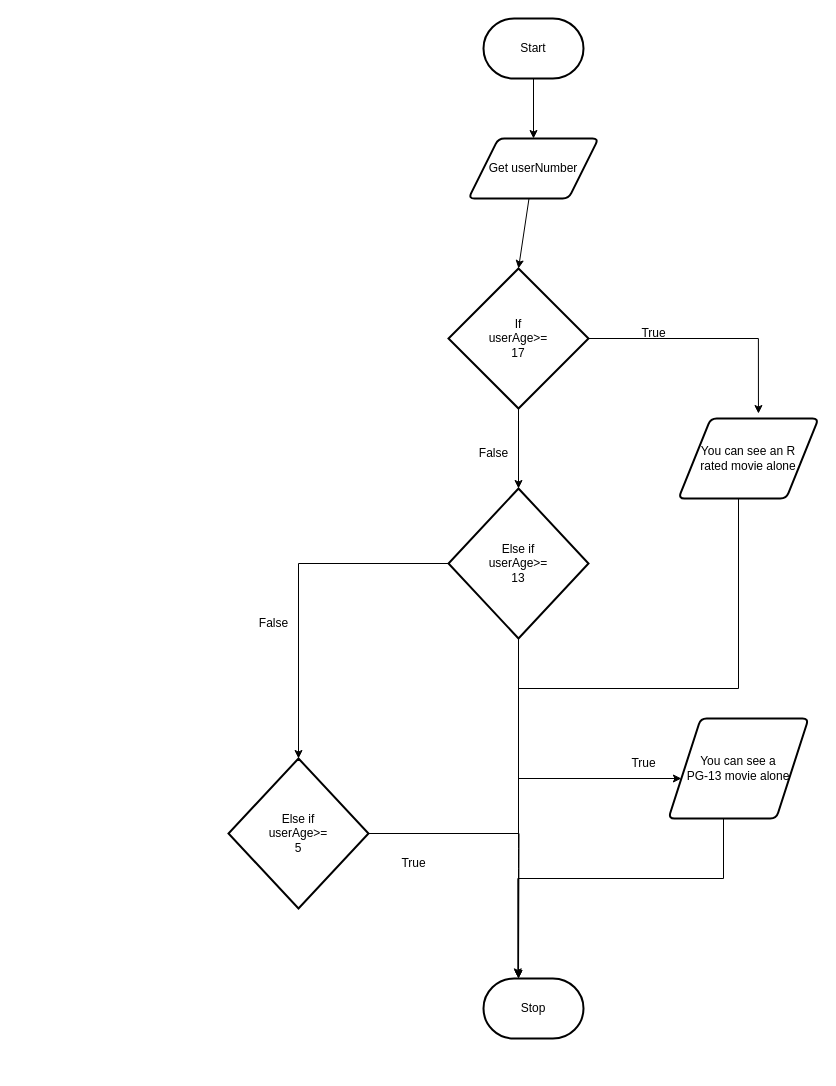
Earlier version of the draw.io diagram design/flowchart.drawio (MTHS-ICD2O-1-2023/ICD2O-Unit-5-03-fetuha-gebremekeal). Source tidied: cells renumbered, new cells numbered last; positions are measured from the earlier drawing's top-left corner, leaving out a move shared by most shapes. Both pictures are drawn from the tidied source at 100%, with x=0, y=0 at pixel (228, 18).
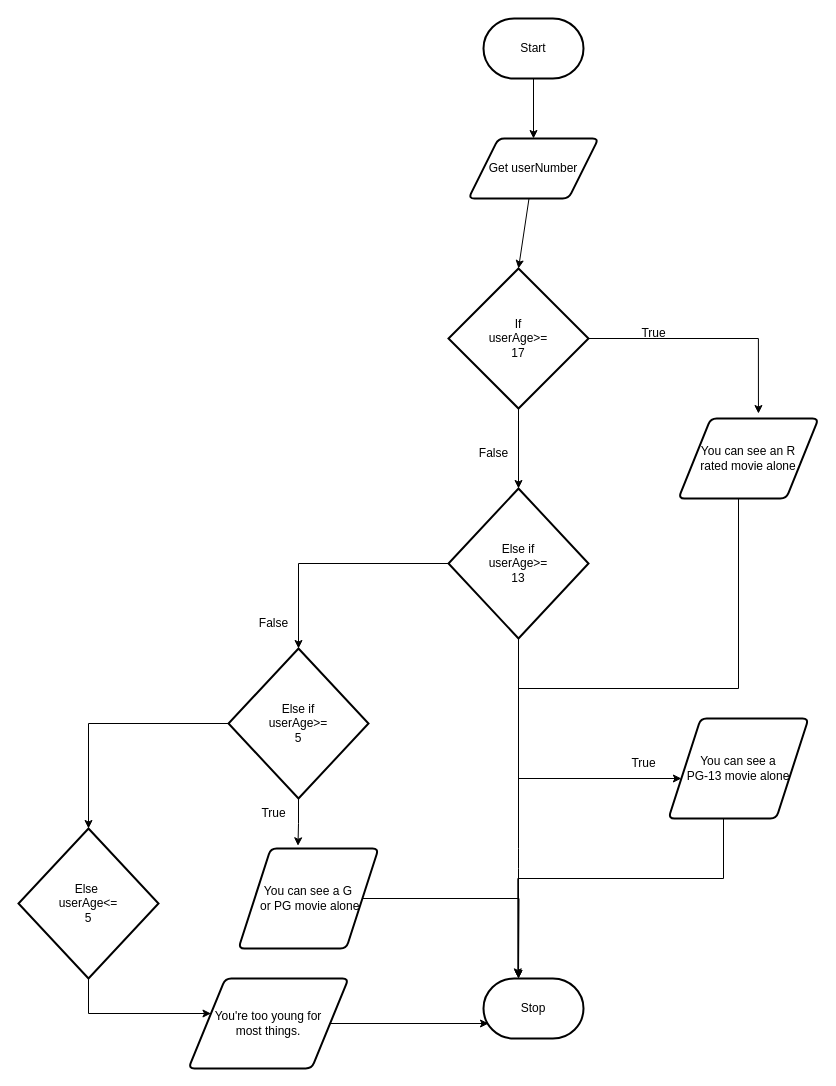
After the change.

Unchanged cells that the change refers to:
```xml
<mxCell id="4" value="Stop" style="strokeWidth=2;html=1;shape=mxgraph.flowchart.terminator;whiteSpace=wrap;" parent="1" vertex="1">
  <mxGeometry x="255" y="960" width="100" height="60" as="geometry" />
</mxCell>
```

Diff of the diagram source:
```diff
@@
-    <mxCell id="22" style="edgeStyle=orthogonalEdgeStyle;rounded=0;html=1;" parent="1" edge="1" source="23">
-      <mxGeometry relative="1" as="geometry">
-        <mxPoint x="290" y="960" as="targetPoint" />
-      </mxGeometry>
-    </mxCell>
+    <mxCell id="25" style="edgeStyle=orthogonalEdgeStyle;rounded=0;html=1;exitX=0.5;exitY=1;exitDx=0;exitDy=0;exitPerimeter=0;entryX=0.425;entryY=-0.027;entryDx=0;entryDy=0;entryPerimeter=0;" parent="1" edge="1" source="23" target="28">
+      <mxGeometry relative="1" as="geometry" />
+    </mxCell>
+    <mxCell id="26" style="edgeStyle=orthogonalEdgeStyle;rounded=0;html=1;exitX=0;exitY=0.5;exitDx=0;exitDy=0;exitPerimeter=0;entryX=0.5;entryY=0;entryDx=0;entryDy=0;entryPerimeter=0;" parent="1" edge="1" source="23" target="30">
+      <mxGeometry relative="1" as="geometry" />
+    </mxCell>
     <mxCell id="23" value="Else if&lt;br&gt;userAge&amp;gt;=&lt;br&gt;5" style="strokeWidth=2;html=1;shape=mxgraph.flowchart.decision;whiteSpace=wrap;" parent="1" vertex="1">
-      <mxGeometry y="740" width="140" height="150" as="geometry" />
+      <mxGeometry y="630" width="140" height="150" as="geometry" />
     </mxCell>
     <mxCell id="24" value="True" style="text;html=1;align=center;verticalAlign=middle;strokeColor=none;fillColor=none;" parent="1" vertex="1">
-      <mxGeometry x="160" y="830" width="50" height="30" as="geometry" />
+      <mxGeometry x="20" y="780" width="50" height="30" as="geometry" />
     </mxCell>
+    <mxCell id="27" style="edgeStyle=orthogonalEdgeStyle;rounded=0;html=1;" parent="1" edge="1" source="28">
+      <mxGeometry relative="1" as="geometry">
+        <mxPoint x="290" y="960" as="targetPoint" />
+      </mxGeometry>
+    </mxCell>
+    <mxCell id="28" value="You can see a G&lt;br&gt;&amp;nbsp;or PG movie alone" style="shape=parallelogram;html=1;strokeWidth=2;perimeter=parallelogramPerimeter;whiteSpace=wrap;rounded=1;arcSize=12;size=0.23;fontFamily=Helvetica;fontSize=12;fontColor=default;fillColor=none;gradientColor=none;" parent="1" vertex="1">
+      <mxGeometry x="10" y="830" width="140" height="100" as="geometry" />
+    </mxCell>
+    <mxCell id="29" style="edgeStyle=orthogonalEdgeStyle;rounded=0;html=1;" parent="1" edge="1" source="30" target="32">
+      <mxGeometry relative="1" as="geometry">
+        <Array as="points">
+          <mxPoint x="-140" y="995" />
+        </Array>
+      </mxGeometry>
+    </mxCell>
+    <mxCell id="30" value="Else&amp;nbsp;&lt;br&gt;userAge&amp;lt;=&lt;br&gt;5" style="strokeWidth=2;html=1;shape=mxgraph.flowchart.decision;whiteSpace=wrap;" parent="1" vertex="1">
+      <mxGeometry x="-210" y="810" width="140" height="150" as="geometry" />
+    </mxCell>
+    <mxCell id="31" style="edgeStyle=orthogonalEdgeStyle;rounded=0;html=1;exitX=1;exitY=0.5;exitDx=0;exitDy=0;entryX=0.05;entryY=0.75;entryDx=0;entryDy=0;entryPerimeter=0;" parent="1" edge="1" source="32" target="4">
+      <mxGeometry relative="1" as="geometry" />
+    </mxCell>
+    <mxCell id="32" value="You're too young for &lt;br&gt;most things." style="shape=parallelogram;html=1;strokeWidth=2;perimeter=parallelogramPerimeter;whiteSpace=wrap;rounded=1;arcSize=12;size=0.23;fontFamily=Helvetica;fontSize=12;fontColor=default;fillColor=none;gradientColor=none;" parent="1" vertex="1">
+      <mxGeometry x="-40" y="960" width="160" height="90" as="geometry" />
+    </mxCell>
```
